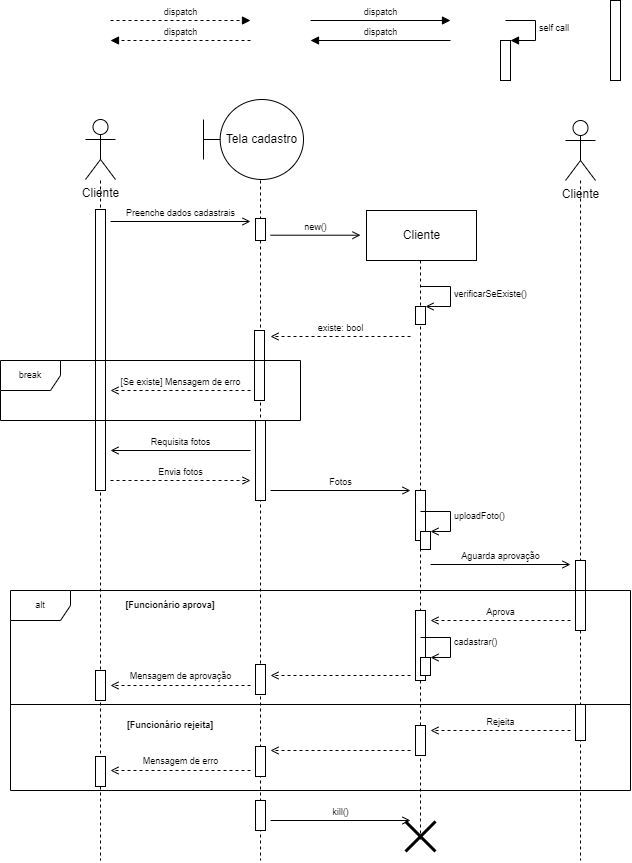
Above: MarketDiagramasDeSequencia/MarketSequencia01.drawio.png in EijiDogen/FEI_MDSMarket (draw.io), before the change. Source tidied: cells renumbered, new cells last; positions are measured from the earlier drawing's top-left corner, leaving out a move shared by most shapes.
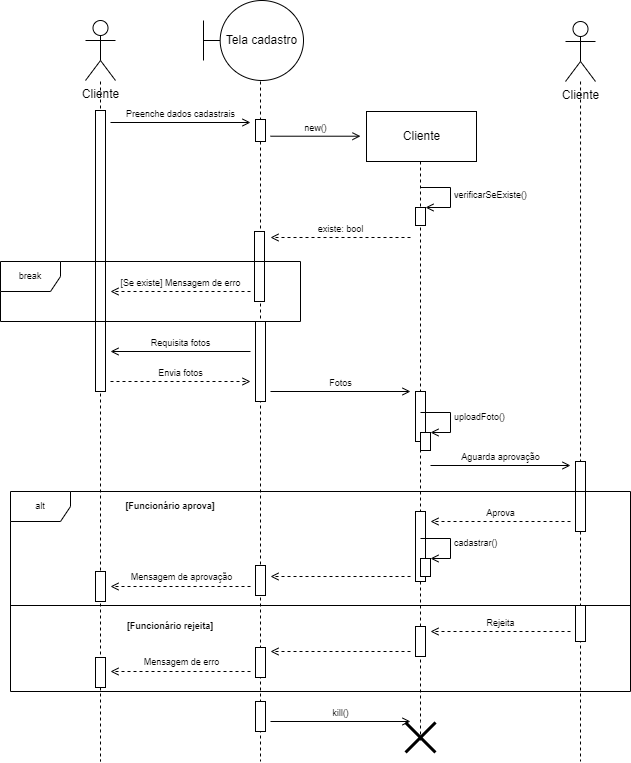
Later version of the same file.

Change to the diagram source:
```diff
@@ -58,9 +58,6 @@
       </mxGeometry>
     </mxCell>
     <mxCell id="11" value="Active" parent="0" />
-    <mxCell id="12" style="html=1;perimeter=orthogonalPerimeter;fontSize=9;" parent="11" vertex="1">
-      <mxGeometry x="610" width="10" height="80" as="geometry" />
-    </mxCell>
     <mxCell id="13" style="html=1;perimeter=orthogonalPerimeter;fontSize=9;" parent="11" vertex="1">
       <mxGeometry x="95" y="209" width="10" height="281" as="geometry" />
     </mxCell>
@@ -126,30 +123,6 @@
         <mxPoint x="250" y="221" as="targetPoint" />
       </mxGeometry>
     </mxCell>
-    <mxCell id="35" value="dispatch" style="html=1;verticalAlign=bottom;endArrow=block;rounded=0;fontSize=9;" parent="33" edge="1">
-      <mxGeometry relative="1" as="geometry">
-        <mxPoint x="310" y="20" as="sourcePoint" />
-        <mxPoint x="450" y="20" as="targetPoint" />
-      </mxGeometry>
-    </mxCell>
-    <mxCell id="36" value="dispatch" style="html=1;verticalAlign=bottom;endArrow=block;rounded=0;dashed=1;fontSize=9;" parent="33" edge="1">
-      <mxGeometry relative="1" as="geometry">
-        <mxPoint x="110" y="20" as="sourcePoint" />
-        <mxPoint x="250" y="20" as="targetPoint" />
-      </mxGeometry>
-    </mxCell>
-    <mxCell id="37" value="dispatch" style="html=1;verticalAlign=bottom;endArrow=block;rounded=0;fontSize=9;" parent="33" edge="1">
-      <mxGeometry relative="1" as="geometry">
-        <mxPoint x="450" y="40" as="sourcePoint" />
-        <mxPoint x="310" y="40" as="targetPoint" />
-      </mxGeometry>
-    </mxCell>
-    <mxCell id="38" value="dispatch" style="html=1;verticalAlign=bottom;endArrow=block;rounded=0;dashed=1;fontSize=9;" parent="33" edge="1">
-      <mxGeometry relative="1" as="geometry">
-        <mxPoint x="250" y="40" as="sourcePoint" />
-        <mxPoint x="110" y="40" as="targetPoint" />
-      </mxGeometry>
-    </mxCell>
     <mxCell id="39" style="html=1;points=[];perimeter=orthogonalPerimeter;fontSize=9;" parent="33" vertex="1">
       <mxGeometry x="415" y="306" width="10" height="18" as="geometry" />
     </mxCell>
@@ -161,17 +134,6 @@
         </Array>
       </mxGeometry>
     </mxCell>
-    <mxCell id="41" style="html=1;points=[];perimeter=orthogonalPerimeter;fontSize=9;" parent="33" vertex="1">
-      <mxGeometry x="500" y="40" width="10" height="40" as="geometry" />
-    </mxCell>
-    <mxCell id="42" value="self call" style="edgeStyle=orthogonalEdgeStyle;html=1;align=left;spacingLeft=2;endArrow=block;rounded=0;entryX=1;entryY=0;fontSize=9;" parent="33" edge="1" target="41">
-      <mxGeometry relative="1" as="geometry">
-        <mxPoint x="505" y="20" as="sourcePoint" />
-        <Array as="points">
-          <mxPoint x="535" y="20" />
-        </Array>
-      </mxGeometry>
-    </mxCell>
     <mxCell id="43" value="existe: bool" style="html=1;verticalAlign=bottom;endArrow=open;rounded=0;fontSize=9;dashed=1;endFill=0;" parent="33" edge="1">
       <mxGeometry relative="1" as="geometry">
         <mxPoint x="410" y="336" as="sourcePoint" />
```
